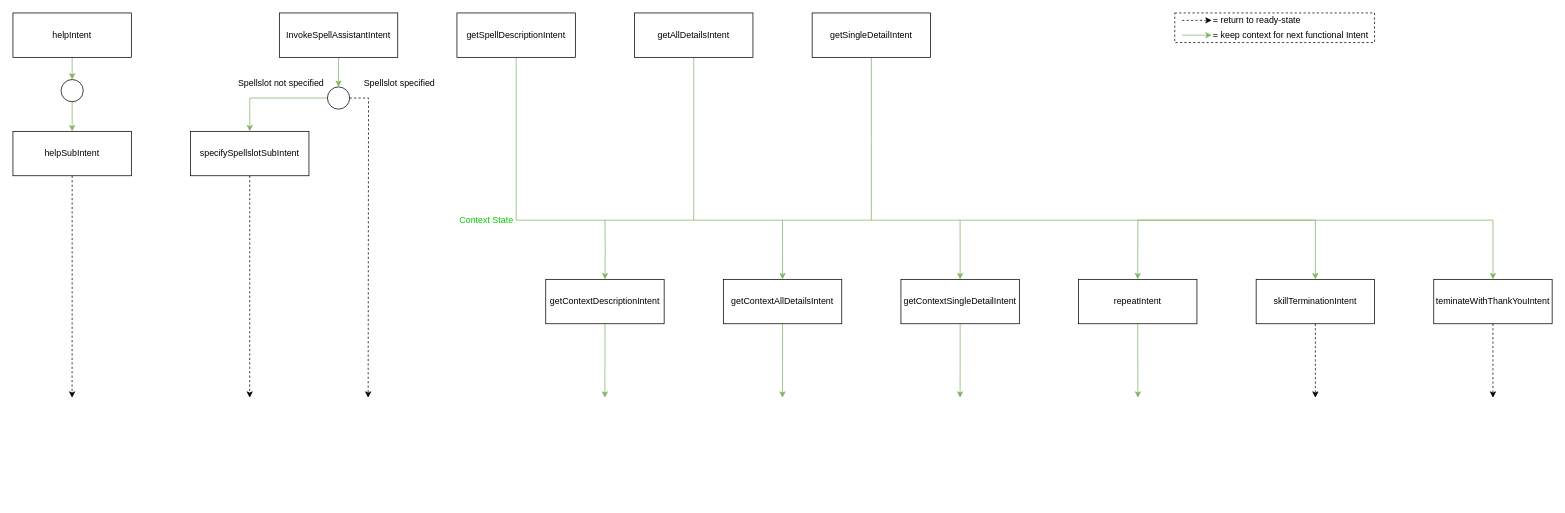
Earlier version of the draw.io diagram doc/intent_diagram.drawio (Linyeir/spellcastmanager-skill). Source tidied: cells renumbered, new cells numbered last; positions are measured from the earlier drawing's top-left corner, leaving out a move shared by most shapes. Both pictures are drawn from the tidied source at 74%, with x=0, y=0 at pixel (13, 13).
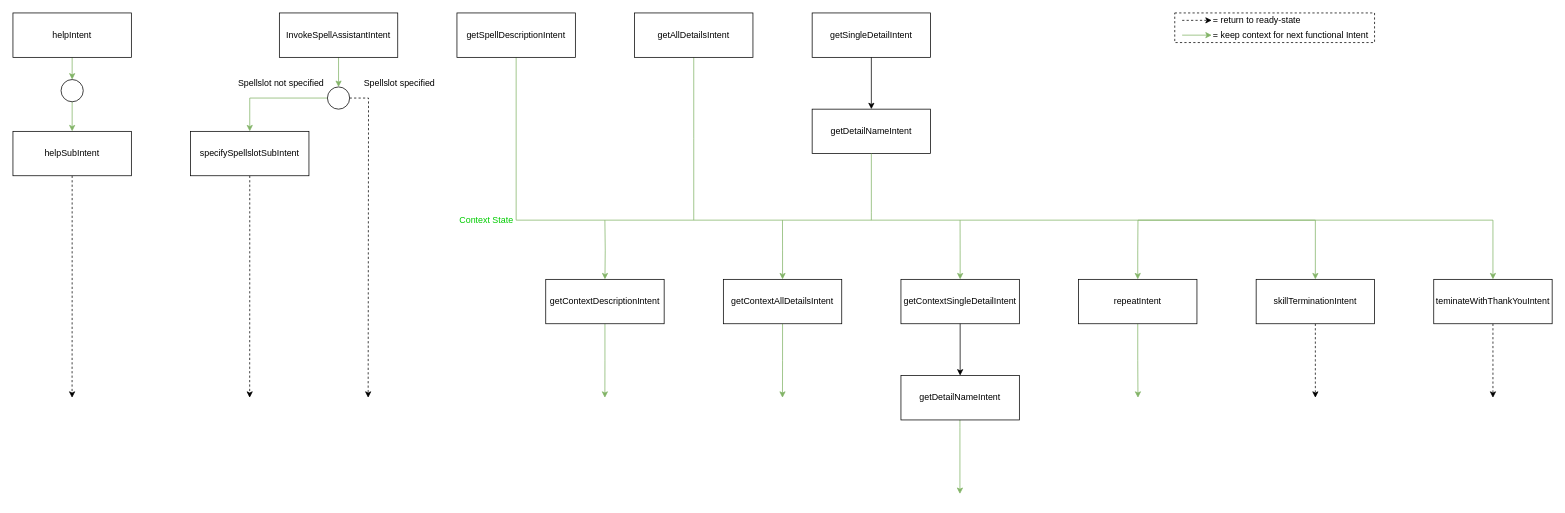
The same diagram, later.

Unchanged cells that the change refers to:
```xml
<mxCell id="10" value="getSingleDetailIntent" style="rounded=0;whiteSpace=wrap;html=1;" parent="1" vertex="1">
  <mxGeometry x="1080" width="160" height="60" as="geometry" />
</mxCell>
<mxCell id="39" value="getContextSingleDetailIntent" style="rounded=0;whiteSpace=wrap;html=1;" parent="1" vertex="1">
  <mxGeometry x="1200" y="360" width="160" height="60" as="geometry" />
</mxCell>
```

Change to the diagram source:
```diff
@@
-    <mxCell id="9" style="edgeStyle=orthogonalEdgeStyle;rounded=0;jettySize=auto;html=1;exitX=0.5;exitY=1;exitDx=0;exitDy=0;endArrow=none;endFill=0;strokeColor=#82b366;fillColor=#d5e8d4;" parent="1" edge="1" source="10">
-      <mxGeometry relative="1" as="geometry">
-        <mxPoint x="1160" y="280" as="targetPoint" />
-        <Array as="points">
-          <mxPoint x="1160" y="170" />
-          <mxPoint x="1160" y="170" />
-        </Array>
-      </mxGeometry>
-    </mxCell>
@@
-    <mxCell id="38" style="edgeStyle=orthogonalEdgeStyle;rounded=0;jettySize=auto;html=1;exitX=0.5;exitY=1;exitDx=0;exitDy=0;endArrow=classic;endFill=1;strokeColor=#82b366;fillColor=#d5e8d4;" parent="1" edge="1" source="39">
+    <mxCell id="38" style="edgeStyle=orthogonalEdgeStyle;rounded=0;orthogonalLoop=1;jettySize=auto;html=1;endArrow=classic;endFill=1;strokeColor=#82b366;fillColor=#d5e8d4;" parent="1" edge="1">
       <mxGeometry relative="1" as="geometry">
-        <mxPoint x="1279.9" y="520" as="targetPoint" />
+        <mxPoint x="1279.7" y="540" as="sourcePoint" />
+        <mxPoint x="1279.7" y="650" as="targetPoint" />
+        <Array as="points">
+          <mxPoint x="1279.7" y="560" />
+          <mxPoint x="1279.7" y="560" />
+        </Array>
       </mxGeometry>
     </mxCell>
@@
+    <mxCell id="48" value="getDetailNameIntent" style="rounded=0;whiteSpace=wrap;html=1;" parent="1" vertex="1">
+      <mxGeometry x="1080" y="130" width="160" height="60" as="geometry" />
+    </mxCell>
+    <mxCell id="49" style="endArrow=classic;html=1;exitX=0.5;exitY=1;exitDx=0;exitDy=0;" parent="1" edge="1" source="10" target="48">
+      <mxGeometry relative="1" as="geometry" />
+    </mxCell>
+    <mxCell id="50" style="edgeStyle=orthogonalEdgeStyle;rounded=0;orthogonalLoop=1;jettySize=auto;html=1;endArrow=none;endFill=0;strokeColor=#82b366;fillColor=#d5e8d4;" parent="1" edge="1">
+      <mxGeometry relative="1" as="geometry">
+        <mxPoint x="1160" y="190" as="sourcePoint" />
+        <mxPoint x="1160" y="280" as="targetPoint" />
+        <Array as="points">
+          <mxPoint x="1160" y="270" />
+          <mxPoint x="1160" y="270" />
+        </Array>
+      </mxGeometry>
+    </mxCell>
+    <mxCell id="51" value="getDetailNameIntent" style="rounded=0;whiteSpace=wrap;html=1;" parent="1" vertex="1">
+      <mxGeometry x="1200" y="490" width="160" height="60" as="geometry" />
+    </mxCell>
+    <mxCell id="52" style="endArrow=classic;html=1;exitX=0.5;exitY=1;exitDx=0;exitDy=0;" parent="1" edge="1" target="51">
+      <mxGeometry relative="1" as="geometry">
+        <mxPoint x="1280" y="420" as="sourcePoint" />
+      </mxGeometry>
+    </mxCell>
```
